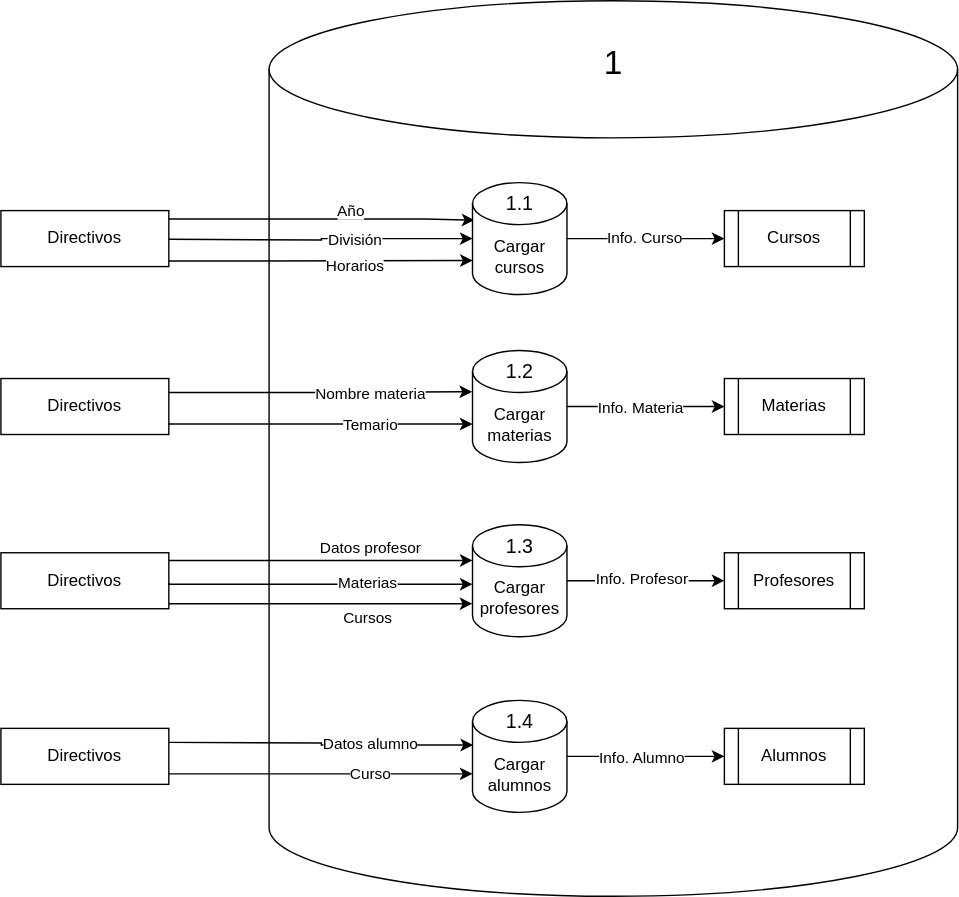
This is docs/Diagramas/DFD Nivel 1/Imágenes/DFD 1 - Cargar institución.svg from MaksiConGit/proyecto-final-tercero, a draw.io export, as it was before one commit. Source tidied: cells renumbered, new cells last; positions are measured from the earlier drawing's top-left corner, leaving out a move shared by most shapes.
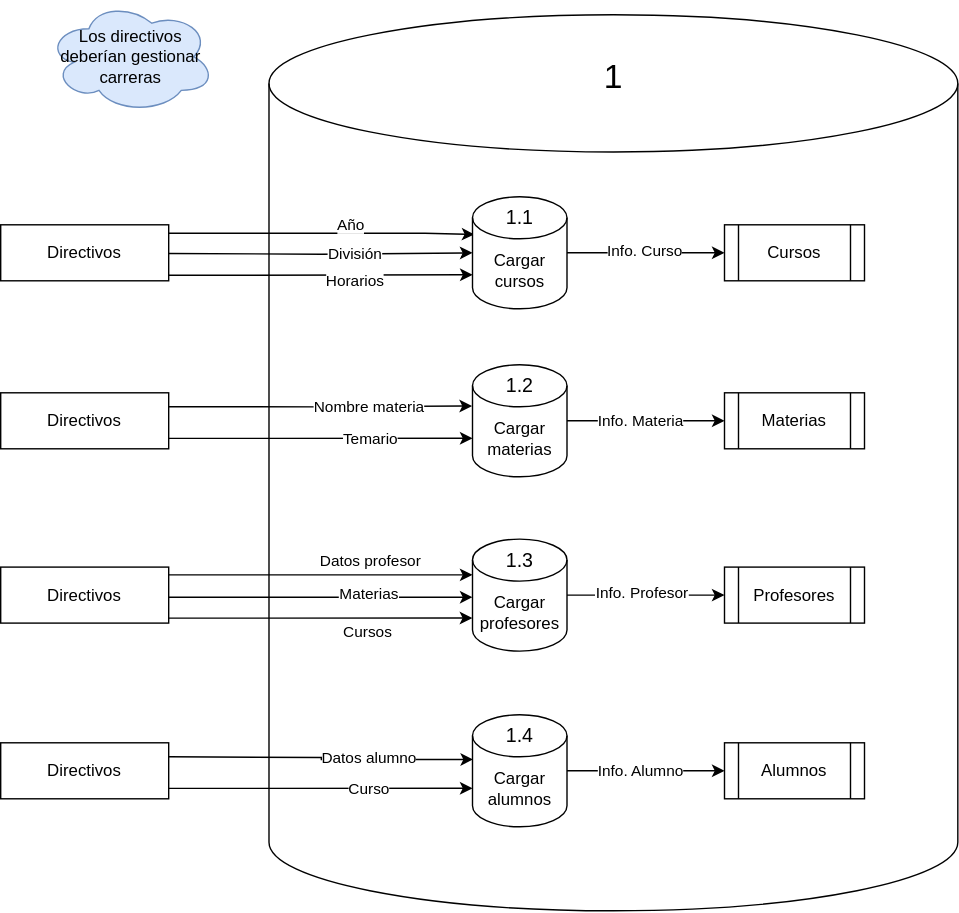
The same diagram one commit later.

The edit, as a diff of the source:
```diff
@@ -211,5 +211,8 @@
         <mxPoint x="59" as="offset" />
       </mxGeometry>
     </mxCell>
+    <mxCell id="51" value="Los directivos deberían gestionar carreras" style="ellipse;shape=cloud;whiteSpace=wrap;html=1;fillColor=#dae8fc;strokeColor=#6c8ebf;" parent="1" vertex="1">
+      <mxGeometry x="33" y="-10" width="120" height="80" as="geometry" />
+    </mxCell>
   </root>
 </mxGraphModel>
```
